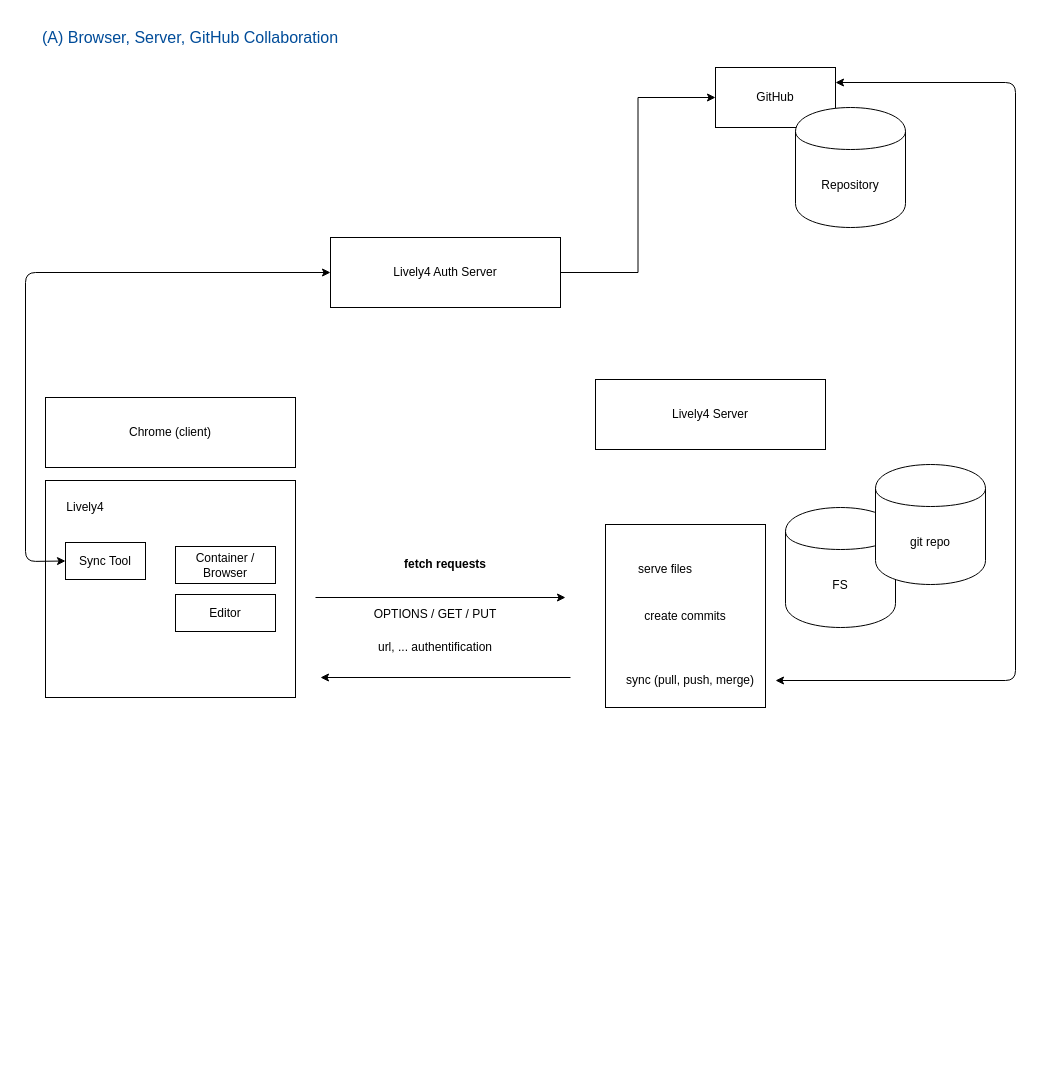
Earlier version of the draw.io diagram doc/figures/collaboration.drawio (LivelyKernel/lively4-core). Source tidied: cells renumbered, new cells numbered last; positions are measured from the earlier drawing's top-left corner, leaving out a move shared by most shapes. Both pictures are drawn from the tidied source at 100%, with x=0, y=0 at pixel (25, 17).
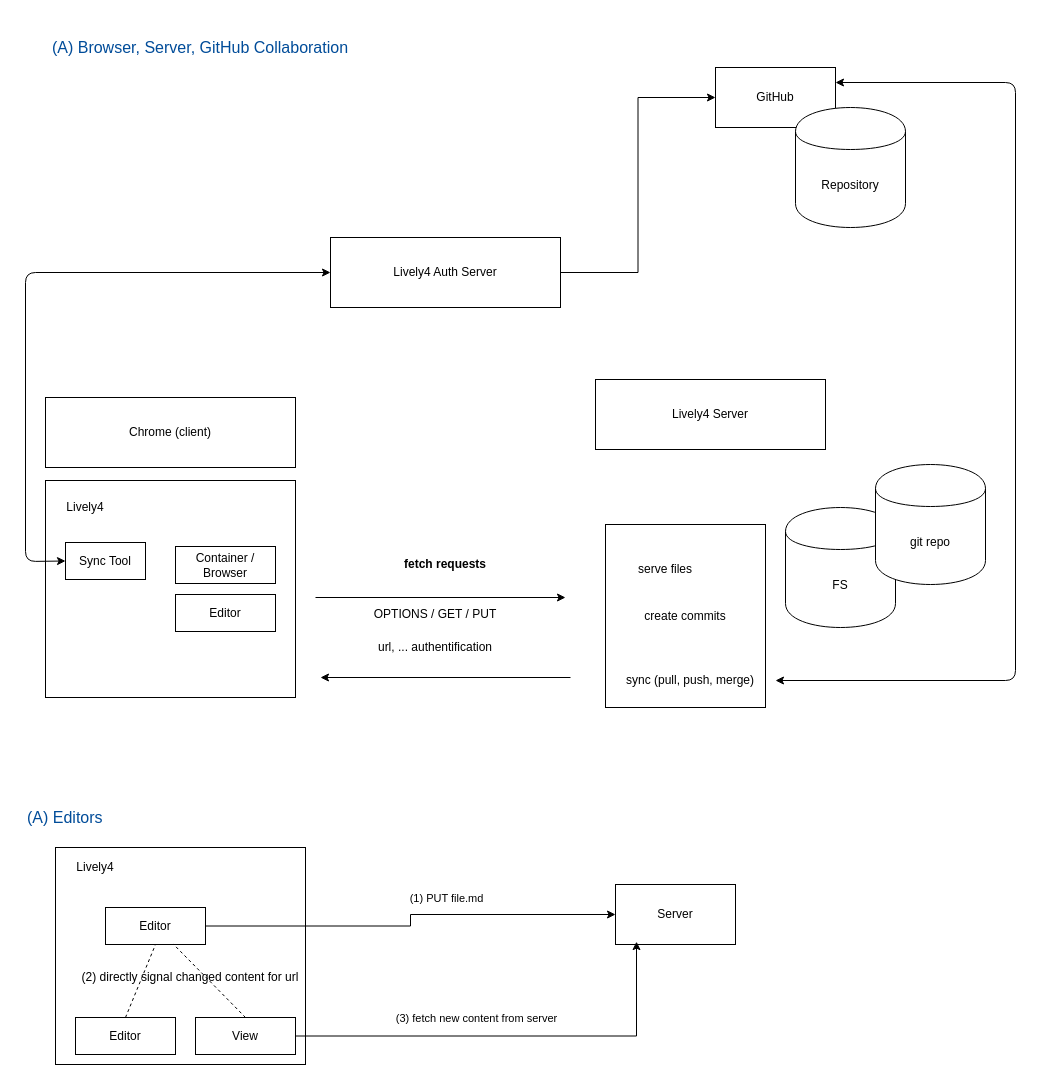
The same diagram, later.

What changed in the source:
```diff
@@
-    <mxCell id="25" value="(A) Browser, Server, GitHub Collaboration" style="text;html=1;strokeColor=none;fillColor=none;align=center;verticalAlign=middle;whiteSpace=wrap;rounded=0;direction=south;fontSize=16;fontColor=#004C99;" parent="1" vertex="1">
-      <mxGeometry x="10" width="310" height="40" as="geometry" />
+    <mxCell id="25" value="(A) Editors" style="text;html=1;strokeColor=none;fillColor=none;align=left;verticalAlign=middle;whiteSpace=wrap;rounded=0;direction=south;fontSize=16;fontColor=#004C99;" parent="1" vertex="1">
+      <mxGeometry y="780" width="310" height="40" as="geometry" />
     </mxCell>
@@
+    <mxCell id="27" value="(A) Browser, Server, GitHub Collaboration" style="text;html=1;strokeColor=none;fillColor=none;align=center;verticalAlign=middle;whiteSpace=wrap;rounded=0;direction=south;fontSize=16;fontColor=#004C99;" parent="1" vertex="1">
+      <mxGeometry x="20" y="10" width="310" height="40" as="geometry" />
+    </mxCell>
+    <mxCell id="28" style="rounded=0;whiteSpace=wrap;html=1;" parent="1" vertex="1">
+      <mxGeometry x="30" y="830" width="250" height="217" as="geometry" />
+    </mxCell>
+    <mxCell id="29" style="edgeStyle=orthogonalEdgeStyle;rounded=0;jettySize=auto;html=1;entryX=0;entryY=0.5;entryDx=0;entryDy=0;" parent="1" edge="1" source="31" target="35">
+      <mxGeometry relative="1" as="geometry" />
+    </mxCell>
+    <mxCell id="30" value="(1) PUT file.md" style="edgeLabel;html=1;align=center;verticalAlign=middle;" parent="29" vertex="1">
+      <mxGeometry x="0.25" y="1" relative="1" as="geometry">
+        <mxPoint x="-11.5" y="-16" as="offset" />
+      </mxGeometry>
+    </mxCell>
+    <mxCell id="31" value="Editor" style="rounded=0;whiteSpace=wrap;html=1;" parent="1" vertex="1">
+      <mxGeometry x="80" y="890" width="100" height="37" as="geometry" />
+    </mxCell>
+    <mxCell id="32" value="Lively4" style="text;html=1;strokeColor=none;fillColor=none;align=center;verticalAlign=middle;whiteSpace=wrap;rounded=0;" parent="1" vertex="1">
+      <mxGeometry x="50" y="840" width="40" height="20" as="geometry" />
+    </mxCell>
+    <mxCell id="33" value="Editor" style="rounded=0;whiteSpace=wrap;html=1;" parent="1" vertex="1">
+      <mxGeometry x="50" y="1000" width="100" height="37" as="geometry" />
+    </mxCell>
+    <mxCell id="34" value="View" style="rounded=0;whiteSpace=wrap;html=1;" parent="1" vertex="1">
+      <mxGeometry x="170" y="1000" width="100" height="37" as="geometry" />
+    </mxCell>
+    <mxCell id="35" value="Server" style="rounded=0;whiteSpace=wrap;html=1;" parent="1" vertex="1">
+      <mxGeometry x="590" y="867" width="120" height="60" as="geometry" />
+    </mxCell>
+    <mxCell id="36" style="endArrow=none;dashed=1;html=1;entryX=0.5;entryY=1;entryDx=0;entryDy=0;exitX=0.5;exitY=0;exitDx=0;exitDy=0;" parent="1" edge="1" source="33" target="31">
+      <mxGeometry relative="1" as="geometry" />
+    </mxCell>
+    <mxCell id="37" style="endArrow=none;dashed=1;html=1;exitX=0.5;exitY=0;exitDx=0;exitDy=0;" parent="1" edge="1" source="34" target="31">
+      <mxGeometry relative="1" as="geometry" />
+    </mxCell>
+    <mxCell id="38" value="(2) directly signal changed content for url" style="text;html=1;strokeColor=none;fillColor=none;align=center;verticalAlign=middle;whiteSpace=wrap;rounded=0;" parent="1" vertex="1">
+      <mxGeometry x="50" y="950" width="230" height="20" as="geometry" />
+    </mxCell>
+    <mxCell id="39" style="edgeStyle=orthogonalEdgeStyle;rounded=0;jettySize=auto;html=1;entryX=0.175;entryY=0.952;entryDx=0;entryDy=0;entryPerimeter=0;" parent="1" edge="1" source="34" target="35">
+      <mxGeometry relative="1" as="geometry" />
+    </mxCell>
+    <mxCell id="40" value="(3) fetch new content from server" style="edgeLabel;html=1;align=center;verticalAlign=middle;" parent="39" vertex="1">
+      <mxGeometry x="0.25" y="1" relative="1" as="geometry">
+        <mxPoint x="-91.7" y="-17.5" as="offset" />
+      </mxGeometry>
+    </mxCell>
```
